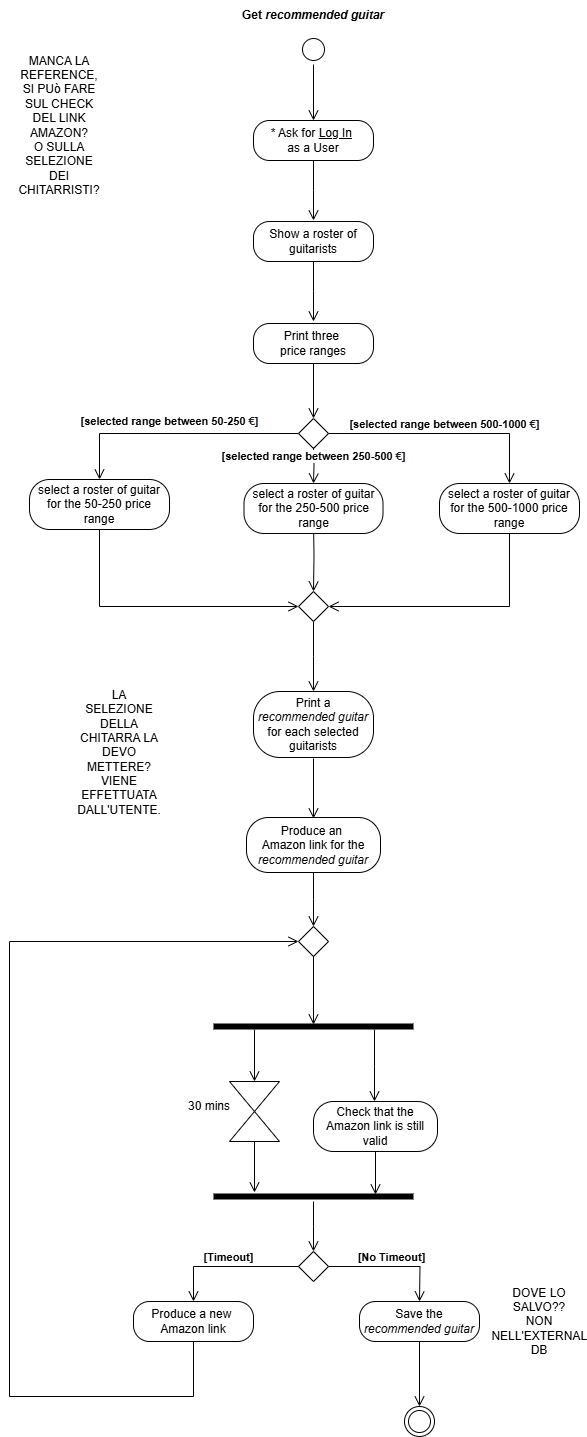
Earlier version of the draw.io export ActivityDiagramM.drawio.png (TizianoLilli/ISPW-Project). Source tidied: cells renumbered, new cells last; positions are measured from the earlier drawing's top-left corner, leaving out a move shared by most shapes.
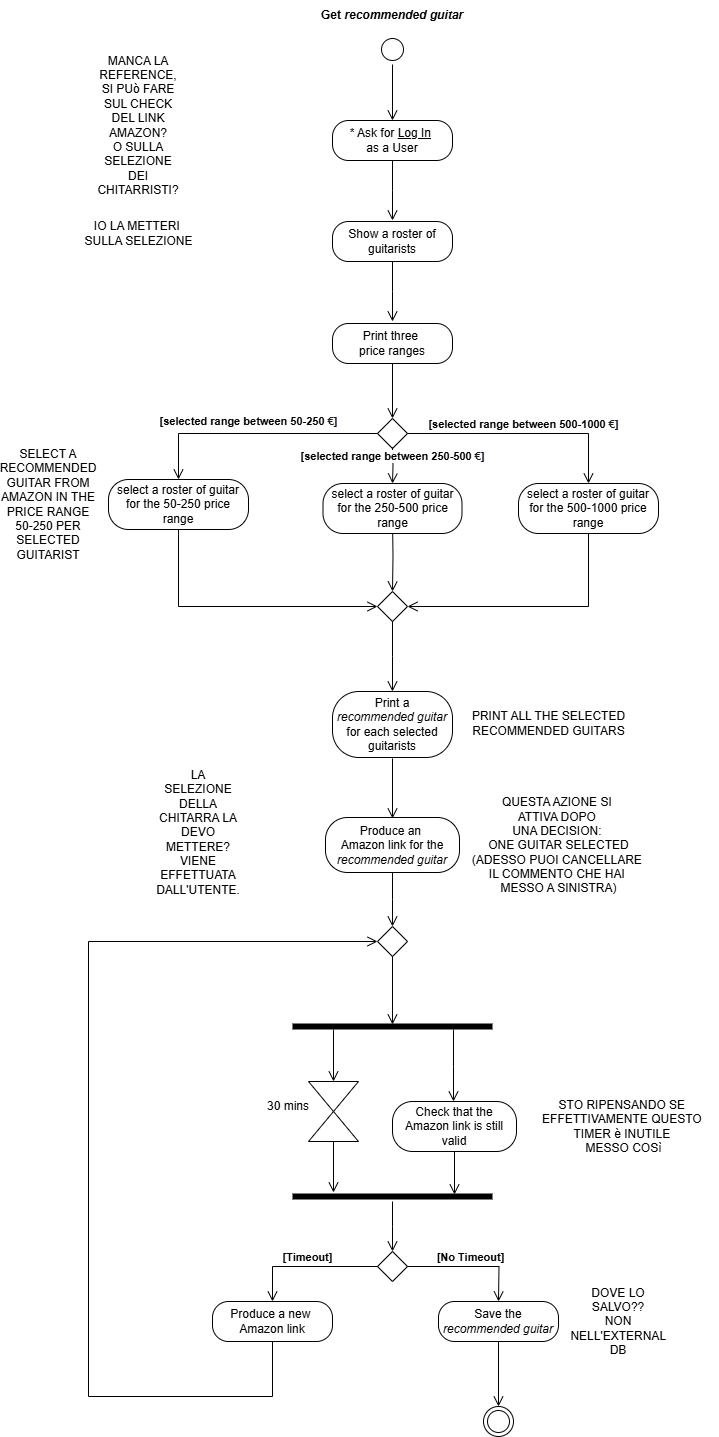
The same file after the commit.

What changed in the source:
```diff
@@ -184,7 +184,7 @@
       <mxGeometry x="20" y="110" width="60" height="30" as="geometry" />
     </mxCell>
     <mxCell id="48" value="LA SELEZIONE DELLA CHITARRA LA DEVO METTERE? VIENE EFFETTUATA DALL'UTENTE." style="text;html=1;align=center;verticalAlign=middle;whiteSpace=wrap;rounded=0;labelBackgroundColor=none;" parent="1" vertex="1">
-      <mxGeometry x="80" y="737" width="60" height="30" as="geometry" />
+      <mxGeometry x="80" y="817" width="60" height="30" as="geometry" />
     </mxCell>
     <mxCell id="49" value="* Ask for&amp;nbsp;&lt;u&gt;Log In&lt;/u&gt;&amp;nbsp;&lt;div&gt;as a User&lt;/div&gt;" style="rounded=1;whiteSpace=wrap;html=1;arcSize=40;labelBackgroundColor=none;" parent="1" vertex="1">
       <mxGeometry x="244" y="120" width="120" height="40" as="geometry" />
@@ -194,5 +194,20 @@
         <mxPoint x="304" y="220" as="targetPoint" />
       </mxGeometry>
     </mxCell>
+    <mxCell id="51" value="STO RIPENSANDO SE&amp;nbsp;&lt;div&gt;EFFETTIVAMENTE QUESTO&amp;nbsp;&lt;/div&gt;&lt;div&gt;TIMER è INUTILE&amp;nbsp;&lt;/div&gt;&lt;div&gt;MESSO COSì&lt;/div&gt;" style="text;html=1;align=center;verticalAlign=middle;strokeColor=none;fillColor=none;" parent="1" vertex="1">
+      <mxGeometry x="440" y="1091" width="190" height="70" as="geometry" />
+    </mxCell>
+    <mxCell id="52" value="SELECT A RECOMMENDED GUITAR FROM AMAZON IN THE PRICE RANGE 50-250 PER SELECTED GUITARIST" style="text;html=1;align=center;verticalAlign=middle;whiteSpace=wrap;rounded=0;" parent="1" vertex="1">
+      <mxGeometry x="-70" y="489" width="60" height="30" as="geometry" />
+    </mxCell>
+    <mxCell id="53" value="PRINT ALL THE SELECTED&lt;div&gt;RECOMMENDED GUITARS&lt;/div&gt;" style="text;html=1;align=center;verticalAlign=middle;strokeColor=none;fillColor=none;" parent="1" vertex="1">
+      <mxGeometry x="370" y="703" width="180" height="40" as="geometry" />
+    </mxCell>
+    <mxCell id="54" value="QUESTA AZIONE SI&amp;nbsp;&lt;div&gt;ATTIVA DOPO&amp;nbsp;&lt;/div&gt;&lt;div&gt;UNA DECISION:&amp;nbsp;&lt;/div&gt;&lt;div&gt;ONE GUITAR SELECTED&lt;/div&gt;&lt;div&gt;(ADESSO PUOI CANCELLARE&amp;nbsp;&lt;/div&gt;&lt;div&gt;IL COMMENTO CHE HAI&amp;nbsp;&lt;/div&gt;&lt;div&gt;MESSO A SINISTRA)&lt;/div&gt;" style="text;html=1;align=center;verticalAlign=middle;strokeColor=none;fillColor=none;" parent="1" vertex="1">
+      <mxGeometry x="370" y="789.5" width="200" height="110" as="geometry" />
+    </mxCell>
+    <mxCell id="55" value="IO LA METTERI&amp;nbsp;&lt;div&gt;SULLA SELEZIONE&lt;/div&gt;" style="text;html=1;align=center;verticalAlign=middle;strokeColor=none;fillColor=none;" parent="1" vertex="1">
+      <mxGeometry x="-15" y="213" width="130" height="40" as="geometry" />
+    </mxCell>
   </root>
 </mxGraphModel>
```
